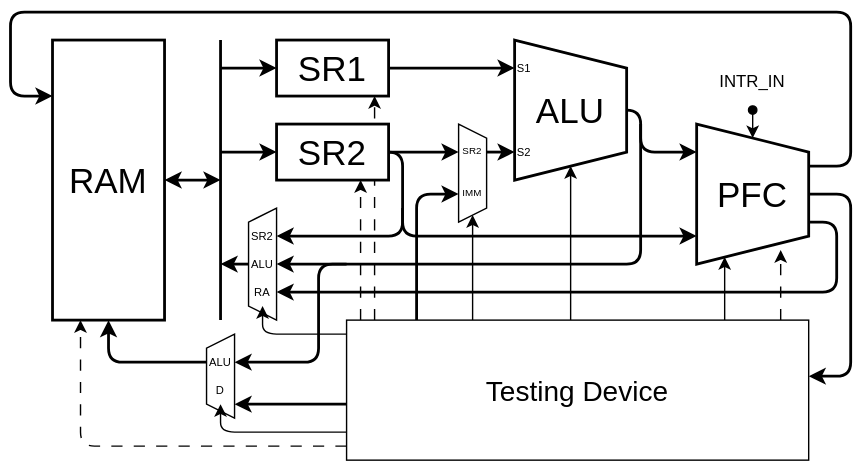
Earlier version of the draw.io export Lab/Computer/RK16/9_Hardware/img/datapath.dio.svg (amane-uehara/kanade-k-1228.github.io). Source tidied: cells renumbered, new cells last; positions are measured from the earlier drawing's top-left corner, leaving out a move shared by most shapes. Source of this version:
```xml
<mxGraphModel>
  <root>
    <mxCell id="0" />
    <mxCell id="1" parent="0" />
    <mxCell id="2" style="endArrow=classic;html=1;fontSize=25;startArrow=none;startFill=0;dashed=1;fontFamily=Helvetica;dashPattern=8 8;" parent="1" edge="1">
      <mxGeometry relative="1" as="geometry">
        <mxPoint x="250" y="220" as="sourcePoint" />
        <mxPoint x="250" y="120" as="targetPoint" />
      </mxGeometry>
    </mxCell>
    <mxCell id="3" style="endArrow=classic;html=1;fontSize=25;startArrow=none;startFill=0;dashed=1;fontFamily=Helvetica;dashPattern=8 8;" parent="1" edge="1">
      <mxGeometry relative="1" as="geometry">
        <mxPoint x="260" y="220" as="sourcePoint" />
        <mxPoint x="260" y="60" as="targetPoint" />
      </mxGeometry>
    </mxCell>
    <mxCell id="4" style="endArrow=classic;html=1;fontSize=25;strokeWidth=2;fontFamily=Helvetica;" parent="1" edge="1">
      <mxGeometry relative="1" as="geometry">
        <mxPoint x="260" y="100" as="sourcePoint" />
        <mxPoint x="190" y="160" as="targetPoint" />
        <Array as="points">
          <mxPoint x="280" y="100" />
          <mxPoint x="280" y="160" />
        </Array>
      </mxGeometry>
    </mxCell>
    <mxCell id="5" style="endArrow=classic;html=1;fontSize=25;startArrow=none;startFill=0;strokeWidth=2;fontFamily=Helvetica;" parent="1" edge="1">
      <mxGeometry relative="1" as="geometry">
        <mxPoint x="430" y="70" as="sourcePoint" />
        <mxPoint x="190" y="180" as="targetPoint" />
        <Array as="points">
          <mxPoint x="450" y="70" />
          <mxPoint x="450" y="180" />
        </Array>
      </mxGeometry>
    </mxCell>
    <mxCell id="6" style="shape=trapezoid;perimeter=trapezoidPerimeter;whiteSpace=wrap;html=1;fixedSize=1;fontSize=25;direction=south;size=10;fontFamily=Helvetica;" parent="1" vertex="1">
      <mxGeometry x="320" y="80" width="20" height="70" as="geometry" />
    </mxCell>
    <mxCell id="7" value="ALU" style="shape=trapezoid;perimeter=trapezoidPerimeter;whiteSpace=wrap;html=1;fixedSize=1;fontSize=25;direction=south;size=20;strokeWidth=2;fontFamily=Helvetica;" parent="1" vertex="1">
      <mxGeometry x="360" y="20" width="80" height="100" as="geometry" />
    </mxCell>
    <mxCell id="8" style="endArrow=classic;html=1;fontSize=25;strokeWidth=2;fontFamily=Helvetica;" parent="1" edge="1">
      <mxGeometry relative="1" as="geometry">
        <mxPoint x="270" y="40" as="sourcePoint" />
        <mxPoint x="360" y="40" as="targetPoint" />
      </mxGeometry>
    </mxCell>
    <mxCell id="9" style="endArrow=classic;html=1;fontSize=25;strokeWidth=2;fontFamily=Helvetica;" parent="1" edge="1">
      <mxGeometry relative="1" as="geometry">
        <mxPoint x="270" y="100" as="sourcePoint" />
        <mxPoint x="320" y="100" as="targetPoint" />
      </mxGeometry>
    </mxCell>
    <mxCell id="10" style="endArrow=classic;html=1;fontSize=25;startArrow=none;startFill=0;strokeWidth=2;fontFamily=Helvetica;" parent="1" edge="1">
      <mxGeometry relative="1" as="geometry">
        <mxPoint x="570" y="150" as="sourcePoint" />
        <mxPoint x="190" y="200" as="targetPoint" />
        <Array as="points">
          <mxPoint x="590" y="150" />
          <mxPoint x="590" y="200" />
        </Array>
      </mxGeometry>
    </mxCell>
    <mxCell id="11" style="endArrow=classic;html=1;fontSize=25;startArrow=none;startFill=0;strokeWidth=2;fontFamily=Helvetica;" parent="1" edge="1">
      <mxGeometry relative="1" as="geometry">
        <mxPoint x="570" y="130" as="sourcePoint" />
        <mxPoint x="570" y="260" as="targetPoint" />
        <Array as="points">
          <mxPoint x="600" y="130" />
          <mxPoint x="600" y="260" />
        </Array>
      </mxGeometry>
    </mxCell>
    <mxCell id="12" style="endArrow=classic;html=1;fontSize=25;startArrow=none;startFill=0;strokeWidth=2;fontFamily=Helvetica;" parent="1" edge="1">
      <mxGeometry relative="1" as="geometry">
        <mxPoint x="290" y="220" as="sourcePoint" />
        <mxPoint x="320" y="130" as="targetPoint" />
        <Array as="points">
          <mxPoint x="290" y="130" />
        </Array>
      </mxGeometry>
    </mxCell>
    <mxCell id="13" style="endArrow=classic;html=1;fontSize=25;startArrow=none;startFill=0;strokeWidth=2;fontFamily=Helvetica;" parent="1" edge="1">
      <mxGeometry relative="1" as="geometry">
        <mxPoint x="450" y="80" as="sourcePoint" />
        <mxPoint x="490" y="100" as="targetPoint" />
        <Array as="points">
          <mxPoint x="450" y="100" />
        </Array>
      </mxGeometry>
    </mxCell>
    <mxCell id="14" style="endArrow=classic;html=1;fontSize=25;strokeWidth=2;fontFamily=Helvetica;" parent="1" edge="1">
      <mxGeometry relative="1" as="geometry">
        <mxPoint x="150" y="100" as="sourcePoint" />
        <mxPoint x="190" y="100" as="targetPoint" />
      </mxGeometry>
    </mxCell>
    <mxCell id="15" value="SR2" style="rounded=0;whiteSpace=wrap;html=1;fontSize=25;strokeWidth=2;fontFamily=Helvetica;" parent="1" vertex="1">
      <mxGeometry x="190" y="80" width="80" height="40" as="geometry" />
    </mxCell>
    <mxCell id="16" value="SR1" style="rounded=0;whiteSpace=wrap;html=1;fontSize=25;strokeWidth=2;fontFamily=Helvetica;" parent="1" vertex="1">
      <mxGeometry x="190" y="20" width="80" height="40" as="geometry" />
    </mxCell>
    <mxCell id="17" style="endArrow=classic;html=1;fontSize=25;strokeWidth=2;fontFamily=Helvetica;" parent="1" edge="1">
      <mxGeometry relative="1" as="geometry">
        <mxPoint x="340" y="100" as="sourcePoint" />
        <mxPoint x="360" y="100" as="targetPoint" />
      </mxGeometry>
    </mxCell>
    <mxCell id="18" style="endArrow=classic;html=1;fontSize=25;strokeWidth=2;fontFamily=Helvetica;" parent="1" edge="1">
      <mxGeometry relative="1" as="geometry">
        <mxPoint x="150" y="40" as="sourcePoint" />
        <mxPoint x="190" y="40" as="targetPoint" />
      </mxGeometry>
    </mxCell>
    <mxCell id="19" value="SR2" style="text;html=1;strokeColor=none;fillColor=none;align=center;verticalAlign=middle;whiteSpace=wrap;rounded=0;rotation=0;fontSize=7;fontFamily=Helvetica;" parent="1" vertex="1">
      <mxGeometry x="320" y="90" width="20" height="20" as="geometry" />
    </mxCell>
    <mxCell id="20" value="IMM" style="text;html=1;strokeColor=none;fillColor=none;align=center;verticalAlign=middle;whiteSpace=wrap;rounded=0;rotation=0;fontSize=7;fontFamily=Helvetica;" parent="1" vertex="1">
      <mxGeometry x="320" y="120" width="20" height="20" as="geometry" />
    </mxCell>
    <mxCell id="21" style="endArrow=classic;html=1;fontSize=25;startArrow=none;startFill=0;fontFamily=Helvetica;" parent="1" edge="1">
      <mxGeometry relative="1" as="geometry">
        <mxPoint x="330" y="220" as="sourcePoint" />
        <mxPoint x="330" y="145" as="targetPoint" />
      </mxGeometry>
    </mxCell>
    <mxCell id="22" style="endArrow=classic;html=1;fontSize=25;startArrow=none;startFill=0;fontFamily=Helvetica;" parent="1" edge="1">
      <mxGeometry relative="1" as="geometry">
        <mxPoint x="400" y="220" as="sourcePoint" />
        <mxPoint x="400" y="110" as="targetPoint" />
      </mxGeometry>
    </mxCell>
    <mxCell id="23" style="shape=trapezoid;perimeter=trapezoidPerimeter;whiteSpace=wrap;html=1;fixedSize=1;fontSize=25;direction=north;size=9.999999999999943;fontFamily=Helvetica;" parent="1" vertex="1">
      <mxGeometry x="170" y="140" width="20" height="80" as="geometry" />
    </mxCell>
    <mxCell id="24" style="endArrow=classic;html=1;fontSize=25;strokeWidth=2;fontFamily=Helvetica;" parent="1" edge="1">
      <mxGeometry relative="1" as="geometry">
        <mxPoint x="170" y="180" as="sourcePoint" />
        <mxPoint x="150" y="180" as="targetPoint" />
      </mxGeometry>
    </mxCell>
    <mxCell id="25" value="SR2" style="text;html=1;strokeColor=none;fillColor=none;align=center;verticalAlign=middle;whiteSpace=wrap;rounded=0;rotation=0;fontSize=8;fontFamily=Helvetica;" parent="1" vertex="1">
      <mxGeometry x="170" y="150" width="20" height="20" as="geometry" />
    </mxCell>
    <mxCell id="26" value="ALU" style="text;html=1;strokeColor=none;fillColor=none;align=center;verticalAlign=middle;whiteSpace=wrap;rounded=0;rotation=0;fontSize=8;fontFamily=Helvetica;" parent="1" vertex="1">
      <mxGeometry x="170" y="170" width="20" height="20" as="geometry" />
    </mxCell>
    <mxCell id="27" value="RA" style="text;html=1;strokeColor=none;fillColor=none;align=center;verticalAlign=middle;whiteSpace=wrap;rounded=0;rotation=0;fontSize=8;fontFamily=Helvetica;" parent="1" vertex="1">
      <mxGeometry x="170" y="190" width="20" height="20" as="geometry" />
    </mxCell>
    <mxCell id="28" value="S1" style="text;html=1;strokeColor=none;fillColor=none;align=left;verticalAlign=middle;whiteSpace=wrap;rounded=0;rotation=0;fontSize=8;fontFamily=Helvetica;" parent="1" vertex="1">
      <mxGeometry x="360" y="30" width="20" height="20" as="geometry" />
    </mxCell>
    <mxCell id="29" value="S2" style="text;html=1;strokeColor=none;fillColor=none;align=left;verticalAlign=middle;whiteSpace=wrap;rounded=0;rotation=0;fontSize=8;fontFamily=Helvetica;" parent="1" vertex="1">
      <mxGeometry x="360" y="90" width="20" height="20" as="geometry" />
    </mxCell>
    <mxCell id="30" style="endArrow=classic;html=1;fontSize=25;strokeWidth=2;fontFamily=Helvetica;" parent="1" edge="1">
      <mxGeometry relative="1" as="geometry">
        <mxPoint x="280" y="140" as="sourcePoint" />
        <mxPoint x="490" y="160" as="targetPoint" />
        <Array as="points">
          <mxPoint x="280" y="160" />
        </Array>
      </mxGeometry>
    </mxCell>
    <mxCell id="31" style="endArrow=classic;html=1;fontSize=10;fontFamily=Helvetica;" parent="1" edge="1">
      <mxGeometry relative="1" as="geometry">
        <mxPoint x="510" y="220" as="sourcePoint" />
        <mxPoint x="510" y="175" as="targetPoint" />
      </mxGeometry>
    </mxCell>
    <mxCell id="32" style="endArrow=classic;html=1;fontSize=10;fontFamily=Helvetica;startArrow=oval;startFill=1;" parent="1" edge="1">
      <mxGeometry relative="1" as="geometry">
        <mxPoint x="530" y="70" as="sourcePoint" />
        <mxPoint x="530" y="90" as="targetPoint" />
      </mxGeometry>
    </mxCell>
    <mxCell id="33" style="endArrow=classic;html=1;fontSize=25;startArrow=none;startFill=0;strokeWidth=2;fontFamily=Helvetica;" parent="1" edge="1">
      <mxGeometry relative="1" as="geometry">
        <mxPoint x="140" y="250" as="sourcePoint" />
        <mxPoint x="70" y="220" as="targetPoint" />
        <Array as="points">
          <mxPoint x="70" y="250" />
        </Array>
      </mxGeometry>
    </mxCell>
    <mxCell id="34" value="INTR_IN" style="text;html=1;strokeColor=none;fillColor=none;align=center;verticalAlign=middle;whiteSpace=wrap;rounded=0;" parent="1" vertex="1">
      <mxGeometry x="500" y="40" width="60" height="20" as="geometry" />
    </mxCell>
    <mxCell id="35" style="endArrow=none;html=1;strokeWidth=2;" parent="1" edge="1">
      <mxGeometry relative="1" as="geometry">
        <mxPoint x="150" y="220" as="sourcePoint" />
        <mxPoint x="150" y="20" as="targetPoint" />
      </mxGeometry>
    </mxCell>
    <mxCell id="36" style="endArrow=classic;html=1;fontSize=25;strokeWidth=2;fontFamily=Helvetica;startArrow=classic;startFill=1;" parent="1" edge="1">
      <mxGeometry relative="1" as="geometry">
        <mxPoint x="110" y="120" as="sourcePoint" />
        <mxPoint x="150" y="120" as="targetPoint" />
      </mxGeometry>
    </mxCell>
    <mxCell id="37" value="RAM" style="rounded=0;whiteSpace=wrap;html=1;fontSize=25;strokeWidth=2;fontFamily=Helvetica;" parent="1" vertex="1">
      <mxGeometry x="30" y="20" width="80" height="200" as="geometry" />
    </mxCell>
    <mxCell id="38" value="PFC" style="shape=trapezoid;perimeter=trapezoidPerimeter;whiteSpace=wrap;html=1;fixedSize=1;fontSize=25;direction=south;size=20;strokeWidth=2;fontFamily=Helvetica;" parent="1" vertex="1">
      <mxGeometry x="490" y="80" width="80" height="100" as="geometry" />
    </mxCell>
    <mxCell id="39" style="shape=trapezoid;perimeter=trapezoidPerimeter;whiteSpace=wrap;html=1;fixedSize=1;fontSize=25;direction=north;size=9.999999999999943;fontFamily=Helvetica;" parent="1" vertex="1">
      <mxGeometry x="140" y="230" width="20" height="60" as="geometry" />
    </mxCell>
    <mxCell id="40" value="D" style="text;html=1;strokeColor=none;fillColor=none;align=center;verticalAlign=middle;whiteSpace=wrap;rounded=0;rotation=0;fontSize=8;fontFamily=Helvetica;" parent="1" vertex="1">
      <mxGeometry x="140" y="260" width="20" height="20" as="geometry" />
    </mxCell>
    <mxCell id="41" value="ALU" style="text;html=1;strokeColor=none;fillColor=none;align=center;verticalAlign=middle;whiteSpace=wrap;rounded=0;rotation=0;fontSize=8;fontFamily=Helvetica;" parent="1" vertex="1">
      <mxGeometry x="140" y="240" width="20" height="20" as="geometry" />
    </mxCell>
    <mxCell id="42" value="Testing Device" style="rounded=0;whiteSpace=wrap;html=1;fontSize=20;" parent="1" vertex="1">
      <mxGeometry x="240" y="220" width="330" height="100" as="geometry" />
    </mxCell>
    <mxCell id="43" style="endArrow=classic;html=1;fontSize=25;startArrow=none;startFill=0;strokeWidth=2;fontFamily=Helvetica;" parent="1" edge="1">
      <mxGeometry relative="1" as="geometry">
        <mxPoint x="570" y="110" as="sourcePoint" />
        <mxPoint x="30" y="60" as="targetPoint" />
        <Array as="points">
          <mxPoint x="600" y="110" />
          <mxPoint x="600" />
          <mxPoint />
          <mxPoint y="60" />
        </Array>
      </mxGeometry>
    </mxCell>
    <mxCell id="44" style="endArrow=classic;html=1;fontSize=25;startArrow=none;startFill=0;strokeWidth=2;fontFamily=Helvetica;" parent="1" edge="1">
      <mxGeometry relative="1" as="geometry">
        <mxPoint x="240" y="180" as="sourcePoint" />
        <mxPoint x="160" y="250" as="targetPoint" />
        <Array as="points">
          <mxPoint x="220" y="180" />
          <mxPoint x="220" y="250" />
        </Array>
      </mxGeometry>
    </mxCell>
    <mxCell id="45" style="endArrow=classic;html=1;fontSize=25;startArrow=none;startFill=0;strokeWidth=2;fontFamily=Helvetica;" parent="1" edge="1">
      <mxGeometry relative="1" as="geometry">
        <mxPoint x="240" y="280" as="sourcePoint" />
        <mxPoint x="160" y="280" as="targetPoint" />
      </mxGeometry>
    </mxCell>
    <mxCell id="46" style="endArrow=classic;html=1;fontSize=25;startArrow=none;startFill=0;fontFamily=Helvetica;" parent="1" edge="1">
      <mxGeometry relative="1" as="geometry">
        <mxPoint x="240" y="230" as="sourcePoint" />
        <mxPoint x="180" y="210" as="targetPoint" />
        <Array as="points">
          <mxPoint x="180" y="230" />
        </Array>
      </mxGeometry>
    </mxCell>
    <mxCell id="47" style="endArrow=classic;html=1;fontSize=25;startArrow=none;startFill=0;fontFamily=Helvetica;" parent="1" edge="1">
      <mxGeometry relative="1" as="geometry">
        <mxPoint x="240" y="300" as="sourcePoint" />
        <mxPoint x="150" y="280" as="targetPoint" />
        <Array as="points">
          <mxPoint x="150" y="300" />
        </Array>
      </mxGeometry>
    </mxCell>
    <mxCell id="48" style="endArrow=classic;html=1;fontSize=25;startArrow=none;startFill=0;dashed=1;fontFamily=Helvetica;dashPattern=8 8;" parent="1" edge="1">
      <mxGeometry relative="1" as="geometry">
        <mxPoint x="240" y="310" as="sourcePoint" />
        <mxPoint x="50" y="220" as="targetPoint" />
        <Array as="points">
          <mxPoint x="50" y="310" />
        </Array>
      </mxGeometry>
    </mxCell>
    <mxCell id="49" style="endArrow=classic;html=1;fontSize=25;startArrow=none;startFill=0;dashed=1;fontFamily=Helvetica;dashPattern=8 8;" parent="1" edge="1">
      <mxGeometry relative="1" as="geometry">
        <mxPoint x="550" y="220" as="sourcePoint" />
        <mxPoint x="550" y="170" as="targetPoint" />
      </mxGeometry>
    </mxCell>
  </root>
</mxGraphModel>
```
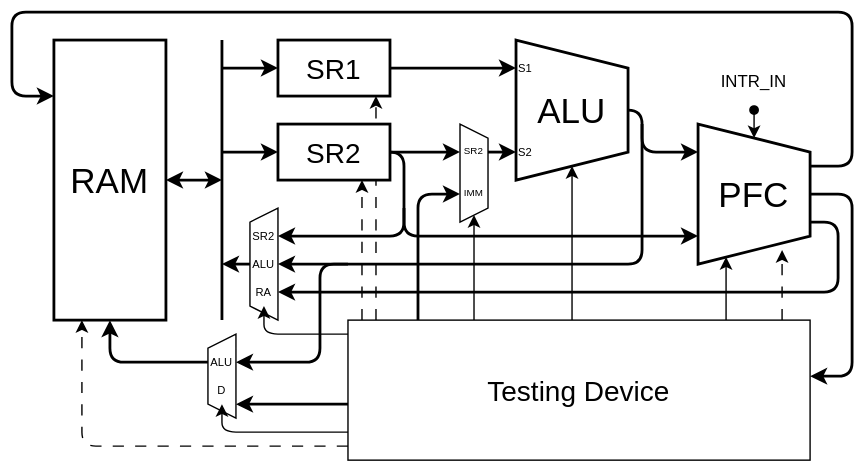
Later version of the same file.

Change to the diagram source:
```diff
@@ -96,10 +96,10 @@
         <mxPoint x="190" y="100" as="targetPoint" />
       </mxGeometry>
     </mxCell>
-    <mxCell id="15" value="SR2" style="rounded=0;whiteSpace=wrap;html=1;fontSize=25;strokeWidth=2;fontFamily=Helvetica;" parent="1" vertex="1">
+    <mxCell id="15" value="SR2" style="rounded=0;whiteSpace=wrap;html=1;fontSize=20;strokeWidth=2;fontFamily=Helvetica;" parent="1" vertex="1">
       <mxGeometry x="190" y="80" width="80" height="40" as="geometry" />
     </mxCell>
-    <mxCell id="16" value="SR1" style="rounded=0;whiteSpace=wrap;html=1;fontSize=25;strokeWidth=2;fontFamily=Helvetica;" parent="1" vertex="1">
+    <mxCell id="16" value="SR1" style="rounded=0;whiteSpace=wrap;html=1;fontSize=20;strokeWidth=2;fontFamily=Helvetica;" parent="1" vertex="1">
       <mxGeometry x="190" y="20" width="80" height="40" as="geometry" />
     </mxCell>
     <mxCell id="17" style="endArrow=classic;html=1;fontSize=25;strokeWidth=2;fontFamily=Helvetica;" parent="1" edge="1">
```
